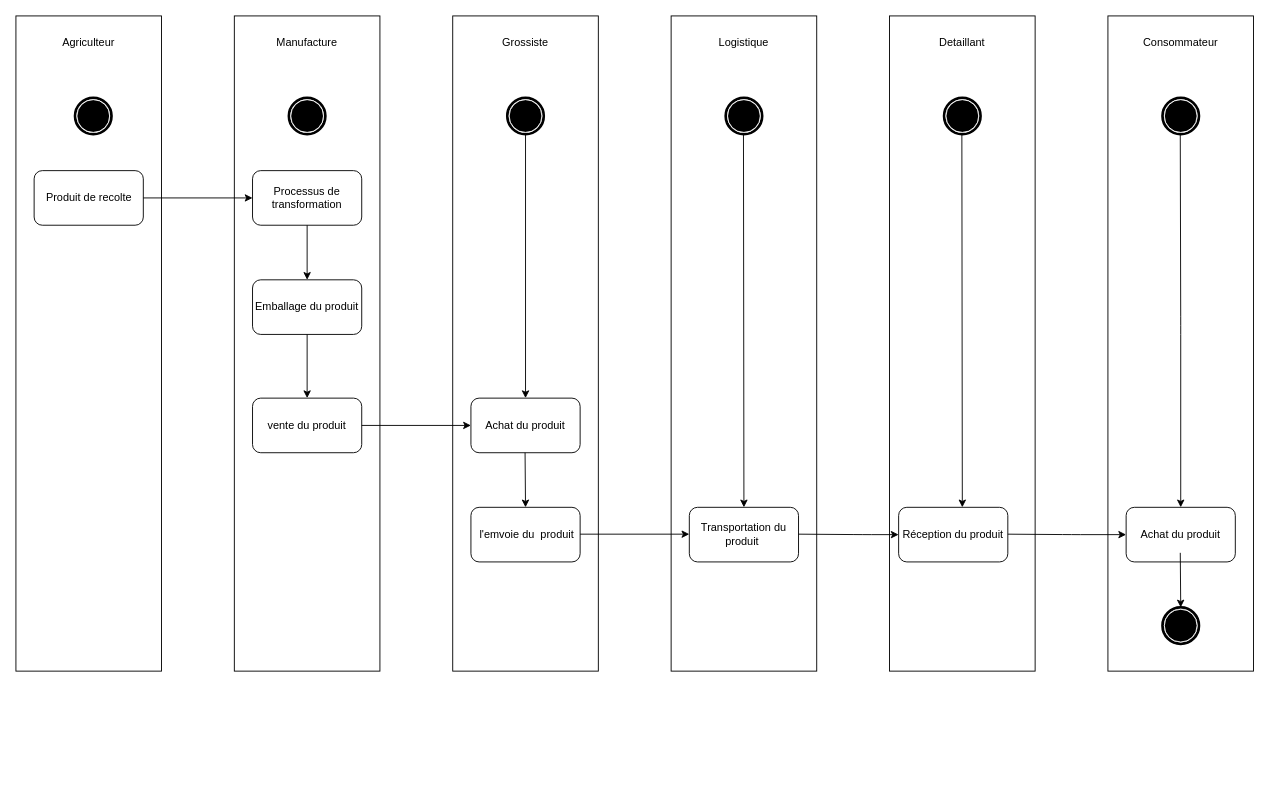
This is Untitled Diagram.drawio from loosker95/Diagramme-d-activiter, a draw.io file, before an edit. Source tidied: cells renumbered, new cells numbered last; positions are measured from the earlier drawing's top-left corner, leaving out a move shared by most shapes. Both pictures are drawn from the tidied source at 91%, with x=0, y=0 at pixel (15, 15).
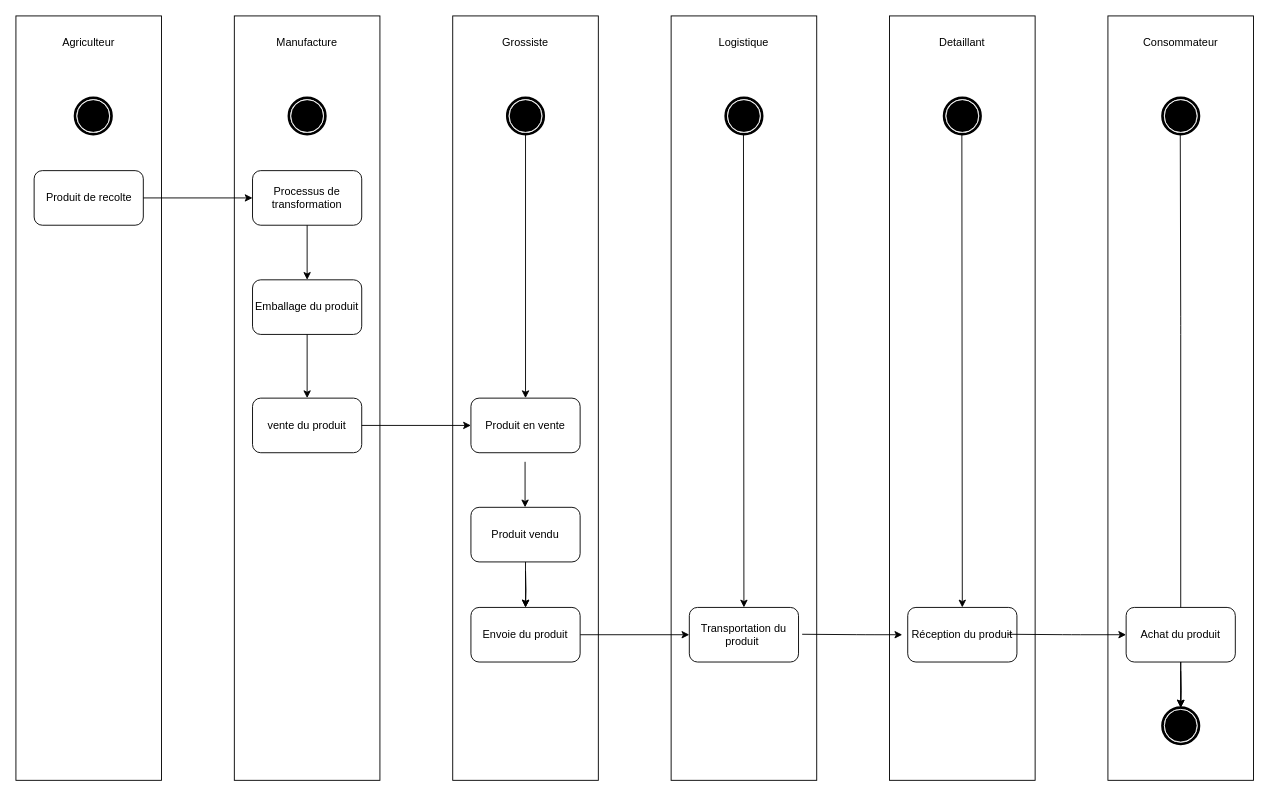
Above is the later version.

What changed in the source:
```diff
@@
     <mxCell id="2" style="rounded=0;whiteSpace=wrap;html=1;" parent="1" vertex="1">
-      <mxGeometry width="160" height="720" as="geometry" />
+      <mxGeometry width="160" height="840" as="geometry" />
     </mxCell>
     <mxCell id="3" style="rounded=0;whiteSpace=wrap;html=1;" parent="1" vertex="1">
-      <mxGeometry x="240" width="160" height="720" as="geometry" />
+      <mxGeometry x="240" width="160" height="840" as="geometry" />
     </mxCell>
     <mxCell id="4" style="rounded=0;whiteSpace=wrap;html=1;" parent="1" vertex="1">
-      <mxGeometry x="480" width="160" height="720" as="geometry" />
+      <mxGeometry x="480" width="160" height="840" as="geometry" />
     </mxCell>
     <mxCell id="5" style="rounded=0;whiteSpace=wrap;html=1;" parent="1" vertex="1">
-      <mxGeometry x="720" width="160" height="720" as="geometry" />
+      <mxGeometry x="720" width="160" height="840" as="geometry" />
     </mxCell>
@@
     <mxCell id="11" style="rounded=0;whiteSpace=wrap;html=1;" parent="1" vertex="1">
-      <mxGeometry x="960" width="160" height="720" as="geometry" />
+      <mxGeometry x="960" width="160" height="840" as="geometry" />
     </mxCell>
@@
     <mxCell id="18" style="rounded=0;whiteSpace=wrap;html=1;" parent="1" vertex="1">
-      <mxGeometry x="1200" width="160" height="720" as="geometry" />
+      <mxGeometry x="1200" width="160" height="840" as="geometry" />
     </mxCell>
@@
-    <mxCell id="29" value="Achat du produit" style="rounded=1;whiteSpace=wrap;html=1;" parent="1" vertex="1">
+    <mxCell id="29" value="Produit en vente" style="rounded=1;whiteSpace=wrap;html=1;" parent="1" vertex="1">
       <mxGeometry x="500" y="420" width="120" height="60" as="geometry" />
     </mxCell>
@@
+    <mxCell id="44" style="edgeStyle=orthogonalEdgeStyle;rounded=0;jettySize=auto;html=1;" parent="1" edge="1" target="46">
+      <mxGeometry relative="1" as="geometry">
+        <mxPoint x="560" y="610" as="sourcePoint" />
+      </mxGeometry>
+    </mxCell>
-    <mxCell id="31" value="&amp;nbsp;l'emvoie du&amp;nbsp; produit" style="rounded=1;whiteSpace=wrap;html=1;" parent="1" vertex="1">
+    <mxCell id="31" value="Produit vendu" style="rounded=1;whiteSpace=wrap;html=1;" parent="1" vertex="1">
       <mxGeometry x="500" y="540" width="120" height="60" as="geometry" />
     </mxCell>
-    <mxCell id="32" style="endArrow=classic;html=1;" parent="1" edge="1">
-      <mxGeometry relative="1" as="geometry">
-        <mxPoint x="559.5" y="480" as="sourcePoint" />
-        <mxPoint x="560" y="540" as="targetPoint" />
-      </mxGeometry>
-    </mxCell>
@@
     <mxCell id="34" value="Transportation du produit&amp;nbsp;" style="rounded=1;whiteSpace=wrap;html=1;" parent="1" vertex="1">
-      <mxGeometry x="740" y="540" width="120" height="60" as="geometry" />
+      <mxGeometry x="740" y="650" width="120" height="60" as="geometry" />
     </mxCell>
-    <mxCell id="35" style="endArrow=classic;html=1;exitX=1;exitY=0.5;exitDx=0;exitDy=0;" parent="1" edge="1">
-      <mxGeometry relative="1" as="geometry">
-        <mxPoint x="620" y="569.5" as="sourcePoint" />
-        <mxPoint x="740" y="569.5" as="targetPoint" />
-      </mxGeometry>
+    <mxCell id="35" style="endArrow=classic;html=1;exitX=1;exitY=0.5;exitDx=0;exitDy=0;entryX=0;entryY=0.5;entryDx=0;entryDy=0;" parent="1" edge="1" source="46" target="34">
+      <mxGeometry relative="1" as="geometry" />
     </mxCell>
     <mxCell id="36" value="Réception du produit" style="rounded=1;whiteSpace=wrap;html=1;" parent="1" vertex="1">
-      <mxGeometry x="970" y="540" width="120" height="60" as="geometry" />
+      <mxGeometry x="980" y="650" width="120" height="60" as="geometry" />
     </mxCell>
     <mxCell id="37" style="endArrow=classic;html=1;exitX=1;exitY=0.5;exitDx=0;exitDy=0;" parent="1" edge="1">
       <mxGeometry relative="1" as="geometry">
-        <mxPoint x="860" y="569.5" as="sourcePoint" />
-        <mxPoint x="970" y="570" as="targetPoint" />
+        <mxPoint x="864" y="679.5" as="sourcePoint" />
+        <mxPoint x="974" y="680" as="targetPoint" />
         <Array as="points">
-          <mxPoint x="930" y="570" />
+          <mxPoint x="934" y="680" />
         </Array>
       </mxGeometry>
     </mxCell>
-    <mxCell id="38" style="endArrow=classic;html=1;exitX=0.5;exitY=1;exitDx=0;exitDy=0;entryX=0.5;entryY=0;entryDx=0;entryDy=0;" parent="1" edge="1">
+    <mxCell id="38" style="endArrow=classic;html=1;exitX=0.5;exitY=1;exitDx=0;exitDy=0;" parent="1" edge="1" target="36">
       <mxGeometry relative="1" as="geometry">
         <mxPoint x="1039.5" y="130" as="sourcePoint" />
-        <mxPoint x="1040" y="540" as="targetPoint" />
       </mxGeometry>
     </mxCell>
-    <mxCell id="39" style="endArrow=classic;html=1;exitX=0.5;exitY=1;exitDx=0;exitDy=0;entryX=0.5;entryY=0;entryDx=0;entryDy=0;" parent="1" edge="1">
+    <mxCell id="39" style="endArrow=classic;html=1;exitX=0.5;exitY=1;exitDx=0;exitDy=0;" parent="1" edge="1" target="42">
       <mxGeometry relative="1" as="geometry">
         <mxPoint x="1279.5" y="130" as="sourcePoint" />
-        <mxPoint x="1280" y="540" as="targetPoint" />
         <Array as="points">
           <mxPoint x="1280" y="340" />
         </Array>
       </mxGeometry>
     </mxCell>
+    <mxCell id="45" style="edgeStyle=orthogonalEdgeStyle;rounded=0;jettySize=auto;html=1;" parent="1" edge="1" target="42">
+      <mxGeometry relative="1" as="geometry">
+        <mxPoint x="1280" y="720" as="sourcePoint" />
+      </mxGeometry>
+    </mxCell>
     <mxCell id="40" value="Achat du produit" style="rounded=1;whiteSpace=wrap;html=1;" parent="1" vertex="1">
-      <mxGeometry x="1220" y="540" width="120" height="60" as="geometry" />
+      <mxGeometry x="1220" y="650" width="120" height="60" as="geometry" />
     </mxCell>
     <mxCell id="41" style="endArrow=classic;html=1;" parent="1" edge="1">
       <mxGeometry relative="1" as="geometry">
-        <mxPoint x="1279.5" y="590" as="sourcePoint" />
-        <mxPoint x="1280" y="650" as="targetPoint" />
+        <mxPoint x="1280" y="710" as="sourcePoint" />
+        <mxPoint x="1280" y="760" as="targetPoint" />
       </mxGeometry>
     </mxCell>
     <mxCell id="42" style="shape=mxgraph.bpmn.shape;html=1;verticalLabelPosition=bottom;labelBackgroundColor=#ffffff;verticalAlign=top;align=center;perimeter=ellipsePerimeter;outlineConnect=0;outline=end;symbol=terminate;" parent="1" vertex="1">
-      <mxGeometry x="1260" y="650" width="40" height="40" as="geometry" />
+      <mxGeometry x="1260" y="760" width="40" height="40" as="geometry" />
     </mxCell>
     <mxCell id="43" style="endArrow=classic;html=1;exitX=1;exitY=0.5;exitDx=0;exitDy=0;entryX=0;entryY=0.5;entryDx=0;entryDy=0;" parent="1" edge="1" target="40">
       <mxGeometry relative="1" as="geometry">
-        <mxPoint x="1090" y="569.5" as="sourcePoint" />
+        <mxPoint x="1090" y="679.5" as="sourcePoint" />
         <Array as="points">
-          <mxPoint x="1160" y="570" />
+          <mxPoint x="1160" y="680" />
         </Array>
       </mxGeometry>
     </mxCell>
+    <mxCell id="46" value="Envoie du produit" style="rounded=1;whiteSpace=wrap;html=1;" parent="1" vertex="1">
+      <mxGeometry x="500" y="650" width="120" height="60" as="geometry" />
+    </mxCell>
+    <mxCell id="47" style="endArrow=classic;html=1;" parent="1" edge="1">
+      <mxGeometry relative="1" as="geometry">
+        <mxPoint x="560" y="600" as="sourcePoint" />
+        <mxPoint x="560" y="650" as="targetPoint" />
+      </mxGeometry>
+    </mxCell>
+    <mxCell id="48" style="endArrow=classic;html=1;" parent="1" edge="1">
+      <mxGeometry relative="1" as="geometry">
+        <mxPoint x="559.5" y="490" as="sourcePoint" />
+        <mxPoint x="559.5" y="540" as="targetPoint" />
+      </mxGeometry>
+    </mxCell>
```
